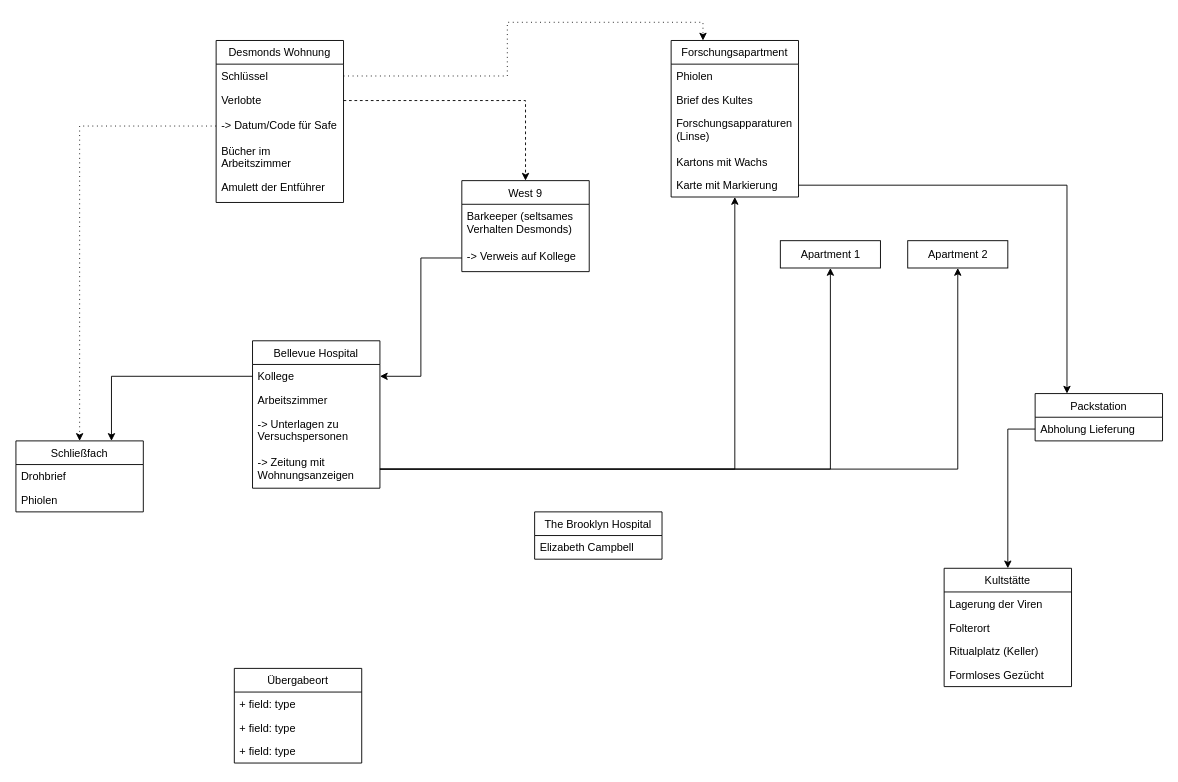
The draw.io diagram page "Hinweis-Map" (1 of 3) of Informationen.drawio in SasaSuppenknecht/WritingForFun, before the edit. Source tidied: cells renumbered, new cells numbered last; positions are measured from the earlier drawing's top-left corner, leaving out a move shared by most shapes. Both pictures are drawn from the tidied source at 91%, with x=0, y=0 at pixel (15, 40).
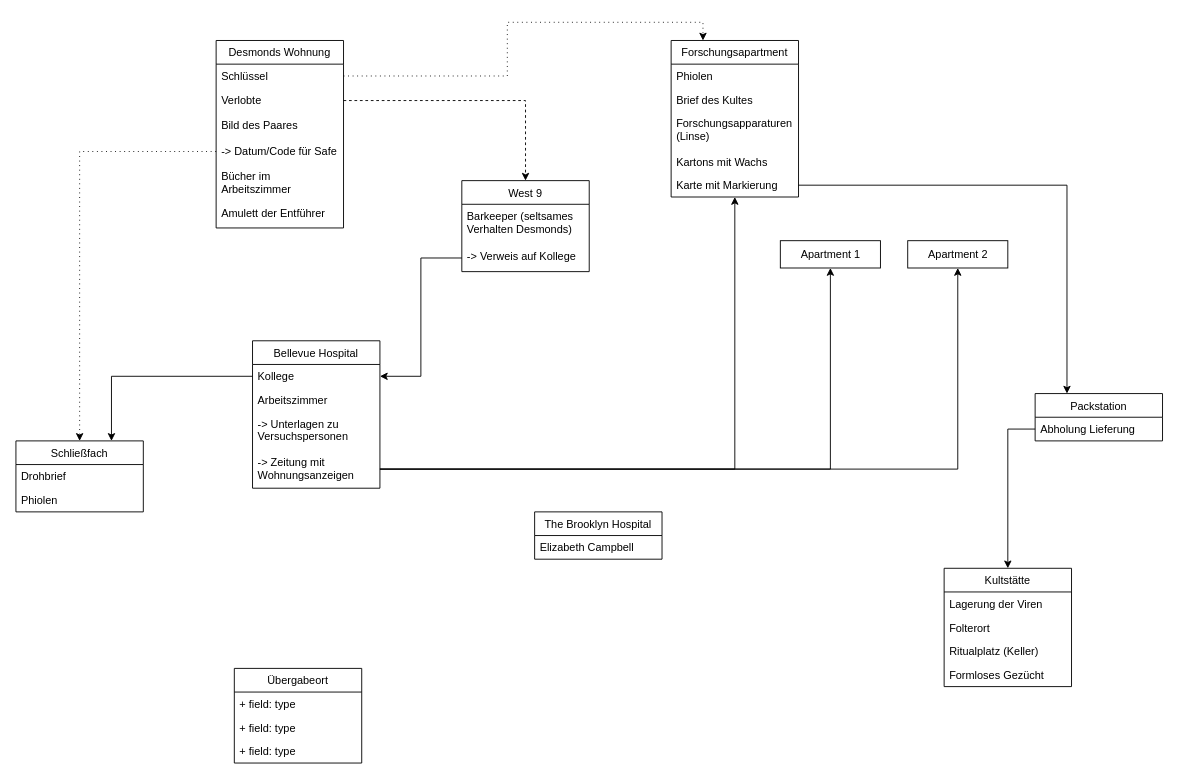
Above is the later version.

The change refers to these unchanged cells:
```xml
<mxCell id="45" style="group;" parent="44" vertex="1">
  <mxGeometry x="-20" width="140" height="160" as="geometry" />
</mxCell>
```

Change to the diagram source:
```diff
@@
     <mxCell id="46" value="Desmonds Wohnung" style="swimlane;fontStyle=0;horizontal=1;startSize=26;fillColor=none;" parent="45" vertex="1">
-      <mxGeometry width="140" height="178" as="geometry" />
+      <mxGeometry width="140" height="206" as="geometry" />
     </mxCell>
@@
+    <mxCell id="52" value="Bild des Paares" style="text;strokeColor=none;fillColor=none;align=left;verticalAlign=top;spacingLeft=4;spacingRight=4;overflow=hidden;" parent="46" vertex="1">
+      <mxGeometry y="80" width="140" height="28" as="geometry" />
+    </mxCell>
     <mxCell id="49" value="-&gt; Datum/Code für Safe" style="text;strokeColor=none;fillColor=none;align=left;verticalAlign=top;spacingLeft=4;spacingRight=4;overflow=hidden;points=[[0,0.5],[1,0.5]];portConstraint=eastwest;" parent="46" vertex="1">
-      <mxGeometry y="80" width="140" height="28" as="geometry" />
+      <mxGeometry y="108" width="140" height="28" as="geometry" />
     </mxCell>
     <mxCell id="50" value="Bücher im &#10;Arbeitszimmer" style="text;strokeColor=none;fillColor=none;align=left;verticalAlign=top;spacingLeft=4;spacingRight=4;overflow=hidden;" parent="46" vertex="1">
-      <mxGeometry y="108" width="140" height="40" as="geometry" />
+      <mxGeometry y="136" width="140" height="40" as="geometry" />
     </mxCell>
     <mxCell id="51" value="Amulett der Entführer" style="text;strokeColor=none;fillColor=none;align=left;verticalAlign=top;spacingLeft=4;spacingRight=4;overflow=hidden;" parent="46" vertex="1">
-      <mxGeometry y="148" width="140" height="30" as="geometry" />
+      <mxGeometry y="176" width="140" height="30" as="geometry" />
     </mxCell>
```
